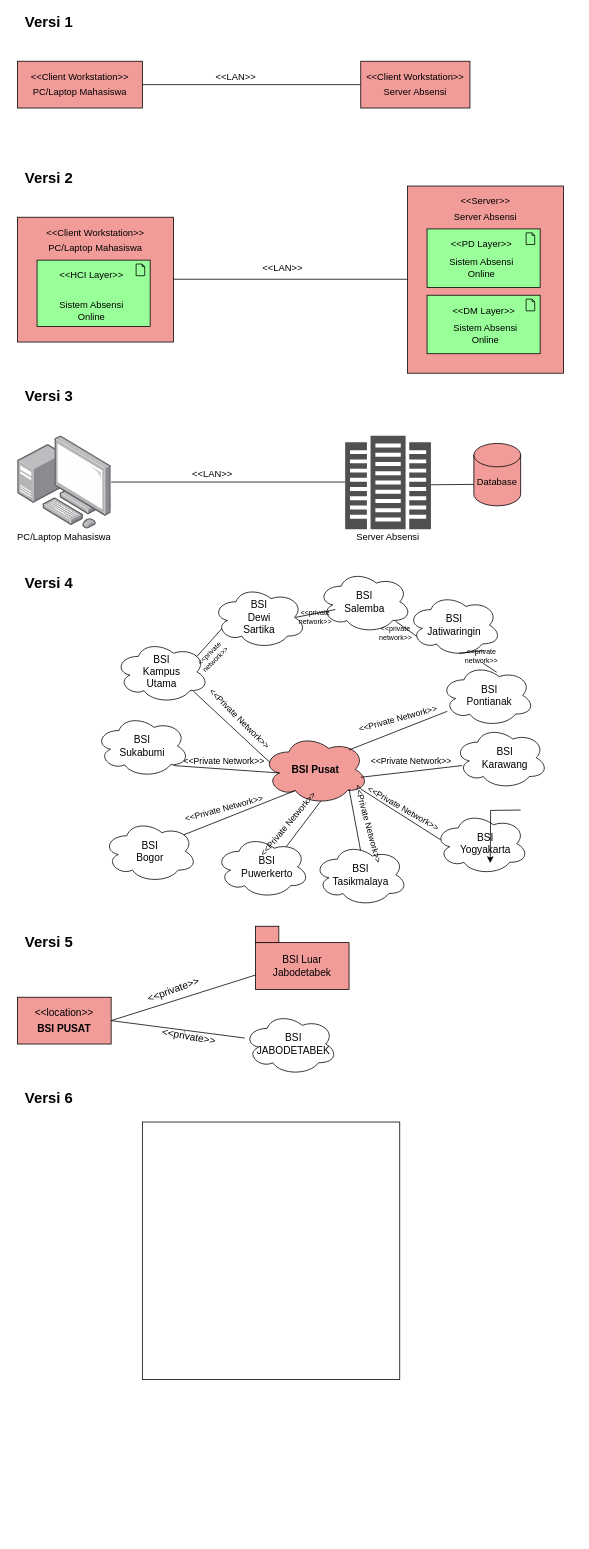
The draw.io diagram Untitled Diagram.drawio in malikalfazri/phpdasar, before the edit. Source tidied: cells renumbered, new cells numbered last; positions are measured from the earlier drawing's top-left corner, leaving out a move shared by most shapes. Both pictures are drawn from the tidied source at 78%, with x=0, y=0 at pixel (13, 14).
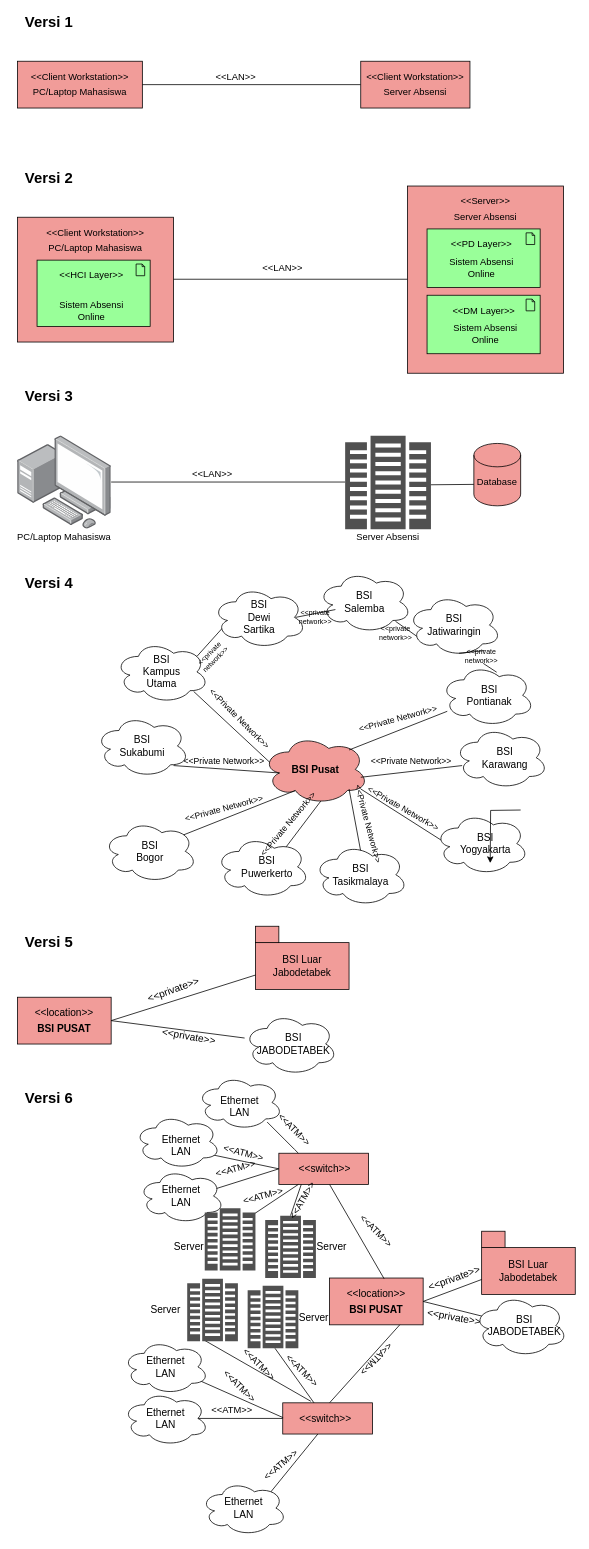
Above is the later version.

Diff of the diagram source:
```diff
@@
-    <mxCell id="106" style="whiteSpace=wrap;html=1;fontSize=13;fillColor=#FFFFFF;" parent="1" vertex="1">
-      <mxGeometry x="165" y="1420" width="330" height="330" as="geometry" />
-    </mxCell>
+    <mxCell id="107" style="rounded=0;whiteSpace=wrap;html=1;fillColor=#F19C99;fontSize=11;" parent="1" vertex="1">
+      <mxGeometry x="405" y="1620" width="120" height="60" as="geometry" />
+    </mxCell>
+    <mxCell id="108" value="BSI PUSAT" style="text;html=1;strokeColor=none;fillColor=none;align=center;verticalAlign=middle;whiteSpace=wrap;rounded=0;fontSize=13;fontStyle=1;" parent="1" vertex="1">
+      <mxGeometry x="420" y="1650" width="90" height="20" as="geometry" />
+    </mxCell>
+    <mxCell id="109" value="&amp;lt;&amp;lt;location&amp;gt;&amp;gt;" style="text;html=1;strokeColor=none;fillColor=none;align=center;verticalAlign=middle;whiteSpace=wrap;rounded=0;fontSize=13;" parent="1" vertex="1">
+      <mxGeometry x="445" y="1630" width="40" height="20" as="geometry" />
+    </mxCell>
+    <mxCell id="110" style="endArrow=none;html=1;fontSize=13;" parent="1" edge="1">
+      <mxGeometry relative="1" as="geometry">
+        <mxPoint x="525" y="1650" as="sourcePoint" />
+        <mxPoint x="605" y="1620" as="targetPoint" />
+      </mxGeometry>
+    </mxCell>
+    <mxCell id="111" value="&amp;lt;&amp;lt;private&amp;gt;&amp;gt;" style="text;html=1;strokeColor=none;fillColor=none;align=center;verticalAlign=middle;whiteSpace=wrap;rounded=0;fontSize=13;rotation=-20;" parent="1" vertex="1">
+      <mxGeometry x="545" y="1610" width="40" height="20" as="geometry" />
+    </mxCell>
+    <mxCell id="112" style="rounded=0;whiteSpace=wrap;html=1;fillColor=#F19C99;fontSize=11;" parent="1" vertex="1">
+      <mxGeometry x="600" y="1581" width="120" height="60" as="geometry" />
+    </mxCell>
+    <mxCell id="113" style="rounded=0;whiteSpace=wrap;html=1;fillColor=#F19C99;fontSize=13;" parent="1" vertex="1">
+      <mxGeometry x="600" y="1560" width="30" height="21" as="geometry" />
+    </mxCell>
+    <mxCell id="114" value="BSI Luar Jabodetabek" style="text;html=1;strokeColor=none;fillColor=none;align=center;verticalAlign=middle;whiteSpace=wrap;rounded=0;fontSize=13;" parent="1" vertex="1">
+      <mxGeometry x="640" y="1601" width="40" height="20" as="geometry" />
+    </mxCell>
+    <mxCell id="115" style="endArrow=none;html=1;fontSize=13;exitX=1;exitY=0.5;exitDx=0;exitDy=0;" parent="1" edge="1">
+      <mxGeometry relative="1" as="geometry">
+        <mxPoint x="525" y="1650" as="sourcePoint" />
+        <mxPoint x="605" y="1670" as="targetPoint" />
+      </mxGeometry>
+    </mxCell>
+    <mxCell id="116" value="&amp;lt;&amp;lt;private&amp;gt;&amp;gt;" style="text;html=1;strokeColor=none;fillColor=none;align=center;verticalAlign=middle;whiteSpace=wrap;rounded=0;fontSize=13;rotation=10;" parent="1" vertex="1">
+      <mxGeometry x="545" y="1660" width="40" height="20" as="geometry" />
+    </mxCell>
+    <mxCell id="117" style="ellipse;shape=cloud;whiteSpace=wrap;html=1;" parent="1" vertex="1">
+      <mxGeometry x="590" y="1641" width="120" height="80" as="geometry" />
+    </mxCell>
+    <mxCell id="118" value="BSI JABODETABEK" style="text;html=1;strokeColor=none;fillColor=none;align=center;verticalAlign=middle;whiteSpace=wrap;rounded=0;fontSize=13;" parent="1" vertex="1">
+      <mxGeometry x="635" y="1671" width="40" height="20" as="geometry" />
+    </mxCell>
+    <mxCell id="119" style="endArrow=none;html=1;fontSize=13;" parent="1" edge="1">
+      <mxGeometry relative="1" as="geometry">
+        <mxPoint x="475" y="1621" as="sourcePoint" />
+        <mxPoint x="405" y="1500" as="targetPoint" />
+      </mxGeometry>
+    </mxCell>
+    <mxCell id="120" style="rounded=0;whiteSpace=wrap;html=1;fillColor=#F19C99;fontSize=11;" parent="1" vertex="1">
+      <mxGeometry x="340" y="1460" width="115" height="40" as="geometry" />
+    </mxCell>
+    <mxCell id="121" value="&amp;lt;&amp;lt;switch&amp;gt;&amp;gt;" style="text;html=1;strokeColor=none;fillColor=none;align=center;verticalAlign=middle;whiteSpace=wrap;rounded=0;fontSize=13;" parent="1" vertex="1">
+      <mxGeometry x="379" y="1470" width="40" height="20" as="geometry" />
+    </mxCell>
+    <mxCell id="122" style="endArrow=none;html=1;fontSize=13;" parent="1" edge="1">
+      <mxGeometry relative="1" as="geometry">
+        <mxPoint x="365" y="1460" as="sourcePoint" />
+        <mxPoint x="325" y="1420" as="targetPoint" />
+        <Array as="points">
+          <mxPoint x="355" y="1450" />
+        </Array>
+      </mxGeometry>
+    </mxCell>
+    <mxCell id="123" value="&amp;lt;&amp;lt;ATM&amp;gt;&amp;gt;" style="text;html=1;strokeColor=none;fillColor=none;align=center;verticalAlign=middle;whiteSpace=wrap;rounded=0;rotation=45;" parent="1" vertex="1">
+      <mxGeometry x="340" y="1420" width="40" height="20" as="geometry" />
+    </mxCell>
+    <mxCell id="124" style="ellipse;shape=cloud;whiteSpace=wrap;html=1;" parent="1" vertex="1">
+      <mxGeometry x="235" y="1360" width="110" height="70" as="geometry" />
+    </mxCell>
+    <mxCell id="125" value="Ethernet LAN" style="text;html=1;strokeColor=none;fillColor=none;align=center;verticalAlign=middle;whiteSpace=wrap;rounded=0;fontSize=13;" parent="1" vertex="1">
+      <mxGeometry x="270" y="1390" width="40" height="20" as="geometry" />
+    </mxCell>
+    <mxCell id="126" style="endArrow=none;html=1;fontSize=13;entryX=0;entryY=0.5;entryDx=0;entryDy=0;" parent="1" edge="1" target="120">
+      <mxGeometry relative="1" as="geometry">
+        <mxPoint x="245" y="1460" as="sourcePoint" />
+      </mxGeometry>
+    </mxCell>
+    <mxCell id="127" style="ellipse;shape=cloud;whiteSpace=wrap;html=1;" parent="1" vertex="1">
+      <mxGeometry x="155" y="1410" width="110" height="70" as="geometry" />
+    </mxCell>
+    <mxCell id="128" value="Ethernet LAN" style="text;html=1;strokeColor=none;fillColor=none;align=center;verticalAlign=middle;whiteSpace=wrap;rounded=0;fontSize=13;" parent="1" vertex="1">
+      <mxGeometry x="195" y="1440" width="40" height="20" as="geometry" />
+    </mxCell>
+    <mxCell id="129" value="&amp;lt;&amp;lt;ATM&amp;gt;&amp;gt;" style="text;html=1;strokeColor=none;fillColor=none;align=center;verticalAlign=middle;whiteSpace=wrap;rounded=0;rotation=15;" parent="1" vertex="1">
+      <mxGeometry x="275" y="1450" width="40" height="20" as="geometry" />
+    </mxCell>
+    <mxCell id="130" style="endArrow=none;html=1;fontSize=13;entryX=0;entryY=0.5;entryDx=0;entryDy=0;" parent="1" edge="1" target="120">
+      <mxGeometry relative="1" as="geometry">
+        <mxPoint x="245" y="1510" as="sourcePoint" />
+      </mxGeometry>
+    </mxCell>
+    <mxCell id="131" style="ellipse;shape=cloud;whiteSpace=wrap;html=1;" parent="1" vertex="1">
+      <mxGeometry x="160" y="1480" width="110" height="70" as="geometry" />
+    </mxCell>
+    <mxCell id="132" value="Ethernet LAN" style="text;html=1;strokeColor=none;fillColor=none;align=center;verticalAlign=middle;whiteSpace=wrap;rounded=0;fontSize=13;" parent="1" vertex="1">
+      <mxGeometry x="195" y="1505" width="40" height="20" as="geometry" />
+    </mxCell>
+    <mxCell id="133" style="endArrow=none;html=1;fontSize=13;entryX=0;entryY=0.5;entryDx=0;entryDy=0;" parent="1" edge="1">
+      <mxGeometry relative="1" as="geometry">
+        <mxPoint x="305" y="1540" as="sourcePoint" />
+        <mxPoint x="365" y="1500" as="targetPoint" />
+      </mxGeometry>
+    </mxCell>
+    <mxCell id="134" value="&amp;lt;&amp;lt;ATM&amp;gt;&amp;gt;" style="text;html=1;strokeColor=none;fillColor=none;align=center;verticalAlign=middle;whiteSpace=wrap;rounded=0;rotation=-15;" parent="1" vertex="1">
+      <mxGeometry x="265" y="1470" width="40" height="20" as="geometry" />
+    </mxCell>
+    <mxCell id="135" style="shadow=0;dashed=0;html=1;strokeColor=none;fillColor=#505050;labelPosition=center;verticalLabelPosition=bottom;verticalAlign=top;align=center;shape=mxgraph.office.servers.datacenter;" parent="1" vertex="1">
+      <mxGeometry x="245" y="1530.5" width="65" height="80" as="geometry" />
+    </mxCell>
+    <mxCell id="136" style="endArrow=none;html=1;fontSize=13;entryX=0.25;entryY=1;entryDx=0;entryDy=0;" parent="1" edge="1" target="120">
+      <mxGeometry relative="1" as="geometry">
+        <mxPoint x="355" y="1540" as="sourcePoint" />
+      </mxGeometry>
+    </mxCell>
+    <mxCell id="137" style="shadow=0;dashed=0;html=1;strokeColor=none;fillColor=#505050;labelPosition=center;verticalLabelPosition=bottom;verticalAlign=top;align=center;shape=mxgraph.office.servers.datacenter;" parent="1" vertex="1">
+      <mxGeometry x="322.5" y="1540" width="65" height="80" as="geometry" />
+    </mxCell>
+    <mxCell id="138" value="&amp;lt;&amp;lt;ATM&amp;gt;&amp;gt;" style="text;html=1;strokeColor=none;fillColor=none;align=center;verticalAlign=middle;whiteSpace=wrap;rounded=0;rotation=-15;" parent="1" vertex="1">
+      <mxGeometry x="300" y="1505" width="40" height="20" as="geometry" />
+    </mxCell>
+    <mxCell id="139" value="&amp;lt;&amp;lt;ATM&amp;gt;&amp;gt;" style="text;html=1;strokeColor=none;fillColor=none;align=center;verticalAlign=middle;whiteSpace=wrap;rounded=0;rotation=-60;" parent="1" vertex="1">
+      <mxGeometry x="350" y="1510.5" width="40" height="20" as="geometry" />
+    </mxCell>
+    <mxCell id="140" style="endArrow=none;html=1;fontSize=13;" parent="1" edge="1">
+      <mxGeometry relative="1" as="geometry">
+        <mxPoint x="405" y="1780" as="sourcePoint" />
+        <mxPoint x="495" y="1680" as="targetPoint" />
+      </mxGeometry>
+    </mxCell>
+    <mxCell id="141" style="rounded=0;whiteSpace=wrap;html=1;fillColor=#F19C99;fontSize=11;" parent="1" vertex="1">
+      <mxGeometry x="345" y="1780" width="115" height="40" as="geometry" />
+    </mxCell>
+    <mxCell id="142" value="&amp;lt;&amp;lt;switch&amp;gt;&amp;gt;" style="text;html=1;strokeColor=none;fillColor=none;align=center;verticalAlign=middle;whiteSpace=wrap;rounded=0;fontSize=13;" parent="1" vertex="1">
+      <mxGeometry x="380" y="1790" width="40" height="20" as="geometry" />
+    </mxCell>
+    <mxCell id="143" value="&amp;lt;&amp;lt;ATM&amp;gt;&amp;gt;" style="text;html=1;strokeColor=none;fillColor=none;align=center;verticalAlign=middle;whiteSpace=wrap;rounded=0;rotation=45;" parent="1" vertex="1">
+      <mxGeometry x="445" y="1550" width="40" height="20" as="geometry" />
+    </mxCell>
+    <mxCell id="144" value="&amp;lt;&amp;lt;ATM&amp;gt;&amp;gt;" style="text;html=1;strokeColor=none;fillColor=none;align=center;verticalAlign=middle;whiteSpace=wrap;rounded=0;rotation=-225;" parent="1" vertex="1">
+      <mxGeometry x="445" y="1714" width="40" height="20" as="geometry" />
+    </mxCell>
+    <mxCell id="145" style="endArrow=none;html=1;fontSize=13;exitX=0.348;exitY=0;exitDx=0;exitDy=0;exitPerimeter=0;" parent="1" edge="1" source="141">
+      <mxGeometry relative="1" as="geometry">
+        <mxPoint x="335" y="1710" as="targetPoint" />
+      </mxGeometry>
+    </mxCell>
+    <mxCell id="146" style="shadow=0;dashed=0;html=1;strokeColor=none;fillColor=#505050;labelPosition=center;verticalLabelPosition=bottom;verticalAlign=top;align=center;shape=mxgraph.office.servers.datacenter;" parent="1" vertex="1">
+      <mxGeometry x="300" y="1630" width="65" height="80" as="geometry" />
+    </mxCell>
+    <mxCell id="147" style="endArrow=none;html=1;fontSize=13;exitX=0.313;exitY=-0.05;exitDx=0;exitDy=0;exitPerimeter=0;" parent="1" edge="1" source="141">
+      <mxGeometry relative="1" as="geometry">
+        <mxPoint x="245" y="1700" as="targetPoint" />
+      </mxGeometry>
+    </mxCell>
+    <mxCell id="148" style="shadow=0;dashed=0;html=1;strokeColor=none;fillColor=#505050;labelPosition=center;verticalLabelPosition=bottom;verticalAlign=top;align=center;shape=mxgraph.office.servers.datacenter;" parent="1" vertex="1">
+      <mxGeometry x="222.5" y="1621" width="65" height="80" as="geometry" />
+    </mxCell>
+    <mxCell id="149" value="Server" style="text;html=1;strokeColor=none;fillColor=none;align=center;verticalAlign=middle;whiteSpace=wrap;rounded=0;fontSize=13;" parent="1" vertex="1">
+      <mxGeometry x="387.5" y="1570" width="40" height="20" as="geometry" />
+    </mxCell>
+    <mxCell id="150" value="Server" style="text;html=1;strokeColor=none;fillColor=none;align=center;verticalAlign=middle;whiteSpace=wrap;rounded=0;fontSize=13;" parent="1" vertex="1">
+      <mxGeometry x="205" y="1570" width="40" height="20" as="geometry" />
+    </mxCell>
+    <mxCell id="151" value="Server" style="text;html=1;strokeColor=none;fillColor=none;align=center;verticalAlign=middle;whiteSpace=wrap;rounded=0;fontSize=13;" parent="1" vertex="1">
+      <mxGeometry x="175" y="1650" width="40" height="20" as="geometry" />
+    </mxCell>
+    <mxCell id="152" value="Server" style="text;html=1;strokeColor=none;fillColor=none;align=center;verticalAlign=middle;whiteSpace=wrap;rounded=0;fontSize=13;" parent="1" vertex="1">
+      <mxGeometry x="365" y="1660" width="40" height="20" as="geometry" />
+    </mxCell>
+    <mxCell id="153" style="endArrow=none;html=1;fontSize=13;exitX=0.313;exitY=-0.05;exitDx=0;exitDy=0;exitPerimeter=0;" parent="1" edge="1">
+      <mxGeometry relative="1" as="geometry">
+        <mxPoint x="345.5" y="1799" as="sourcePoint" />
+        <mxPoint x="235" y="1750" as="targetPoint" />
+      </mxGeometry>
+    </mxCell>
+    <mxCell id="154" style="ellipse;shape=cloud;whiteSpace=wrap;html=1;" parent="1" vertex="1">
+      <mxGeometry x="140" y="1699" width="110" height="70" as="geometry" />
+    </mxCell>
+    <mxCell id="155" value="Ethernet LAN" style="text;html=1;strokeColor=none;fillColor=none;align=center;verticalAlign=middle;whiteSpace=wrap;rounded=0;fontSize=13;" parent="1" vertex="1">
+      <mxGeometry x="175" y="1724" width="40" height="20" as="geometry" />
+    </mxCell>
+    <mxCell id="156" style="endArrow=none;html=1;fontSize=13;" parent="1" edge="1">
+      <mxGeometry relative="1" as="geometry">
+        <mxPoint x="345" y="1800" as="sourcePoint" />
+        <mxPoint x="225" y="1800" as="targetPoint" />
+      </mxGeometry>
+    </mxCell>
+    <mxCell id="157" style="ellipse;shape=cloud;whiteSpace=wrap;html=1;" parent="1" vertex="1">
+      <mxGeometry x="140" y="1765" width="110" height="70" as="geometry" />
+    </mxCell>
+    <mxCell id="158" value="Ethernet LAN" style="text;html=1;strokeColor=none;fillColor=none;align=center;verticalAlign=middle;whiteSpace=wrap;rounded=0;fontSize=13;" parent="1" vertex="1">
+      <mxGeometry x="175" y="1790" width="40" height="20" as="geometry" />
+    </mxCell>
+    <mxCell id="159" value="&amp;lt;&amp;lt;ATM&amp;gt;&amp;gt;" style="text;html=1;strokeColor=none;fillColor=none;align=center;verticalAlign=middle;whiteSpace=wrap;rounded=0;rotation=45;" parent="1" vertex="1">
+      <mxGeometry x="270" y="1749" width="40" height="20" as="geometry" />
+    </mxCell>
+    <mxCell id="160" value="&amp;lt;&amp;lt;ATM&amp;gt;&amp;gt;" style="text;html=1;strokeColor=none;fillColor=none;align=center;verticalAlign=middle;whiteSpace=wrap;rounded=0;rotation=0;" parent="1" vertex="1">
+      <mxGeometry x="260" y="1780" width="40" height="20" as="geometry" />
+    </mxCell>
+    <mxCell id="161" value="&amp;lt;&amp;lt;ATM&amp;gt;&amp;gt;" style="text;html=1;strokeColor=none;fillColor=none;align=center;verticalAlign=middle;whiteSpace=wrap;rounded=0;rotation=45;" parent="1" vertex="1">
+      <mxGeometry x="295" y="1721" width="40" height="20" as="geometry" />
+    </mxCell>
+    <mxCell id="162" value="&amp;lt;&amp;lt;ATM&amp;gt;&amp;gt;" style="text;html=1;strokeColor=none;fillColor=none;align=center;verticalAlign=middle;whiteSpace=wrap;rounded=0;rotation=45;" parent="1" vertex="1">
+      <mxGeometry x="350" y="1729" width="40" height="20" as="geometry" />
+    </mxCell>
+    <mxCell id="163" style="endArrow=none;html=1;fontSize=13;" parent="1" edge="1">
+      <mxGeometry relative="1" as="geometry">
+        <mxPoint x="325" y="1900" as="sourcePoint" />
+        <mxPoint x="390" y="1820" as="targetPoint" />
+      </mxGeometry>
+    </mxCell>
+    <mxCell id="164" style="ellipse;shape=cloud;whiteSpace=wrap;html=1;" parent="1" vertex="1">
+      <mxGeometry x="240" y="1880" width="110" height="70" as="geometry" />
+    </mxCell>
+    <mxCell id="165" value="Ethernet LAN" style="text;html=1;strokeColor=none;fillColor=none;align=center;verticalAlign=middle;whiteSpace=wrap;rounded=0;fontSize=13;" parent="1" vertex="1">
+      <mxGeometry x="275" y="1905" width="40" height="20" as="geometry" />
+    </mxCell>
+    <mxCell id="166" value="&amp;lt;&amp;lt;ATM&amp;gt;&amp;gt;" style="text;html=1;strokeColor=none;fillColor=none;align=center;verticalAlign=middle;whiteSpace=wrap;rounded=0;rotation=-40;" parent="1" vertex="1">
+      <mxGeometry x="322.5" y="1850" width="40" height="20" as="geometry" />
+    </mxCell>
```
